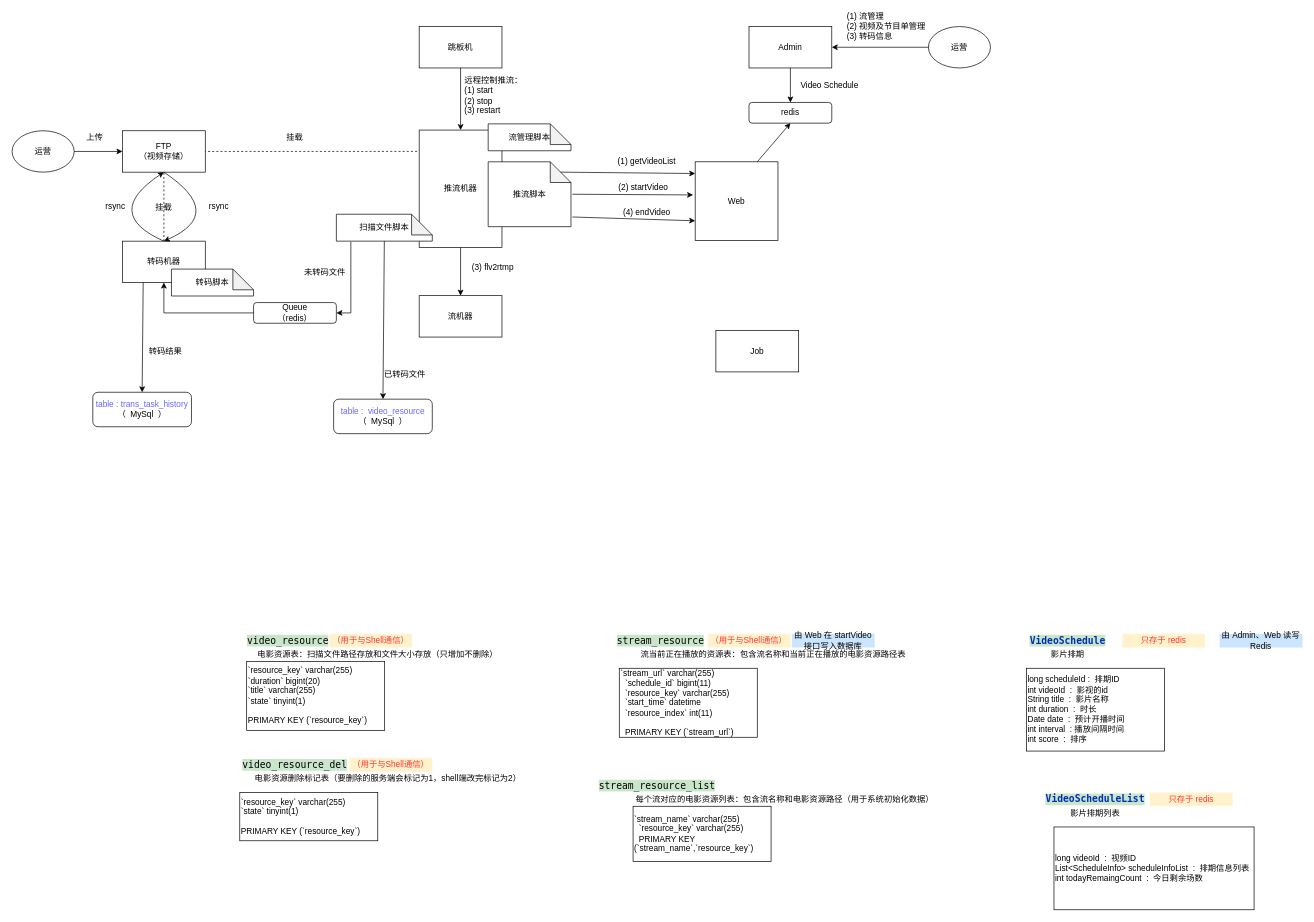
Earlier version of the draw.io diagram seeTogether.drawio (JianHao-Chen/UML). Source tidied: cells renumbered, new cells numbered last; positions are measured from the earlier drawing's top-left corner, leaving out a move shared by most shapes. Both pictures are drawn from the tidied source at 69%, with x=0, y=0 at pixel (12, 19).
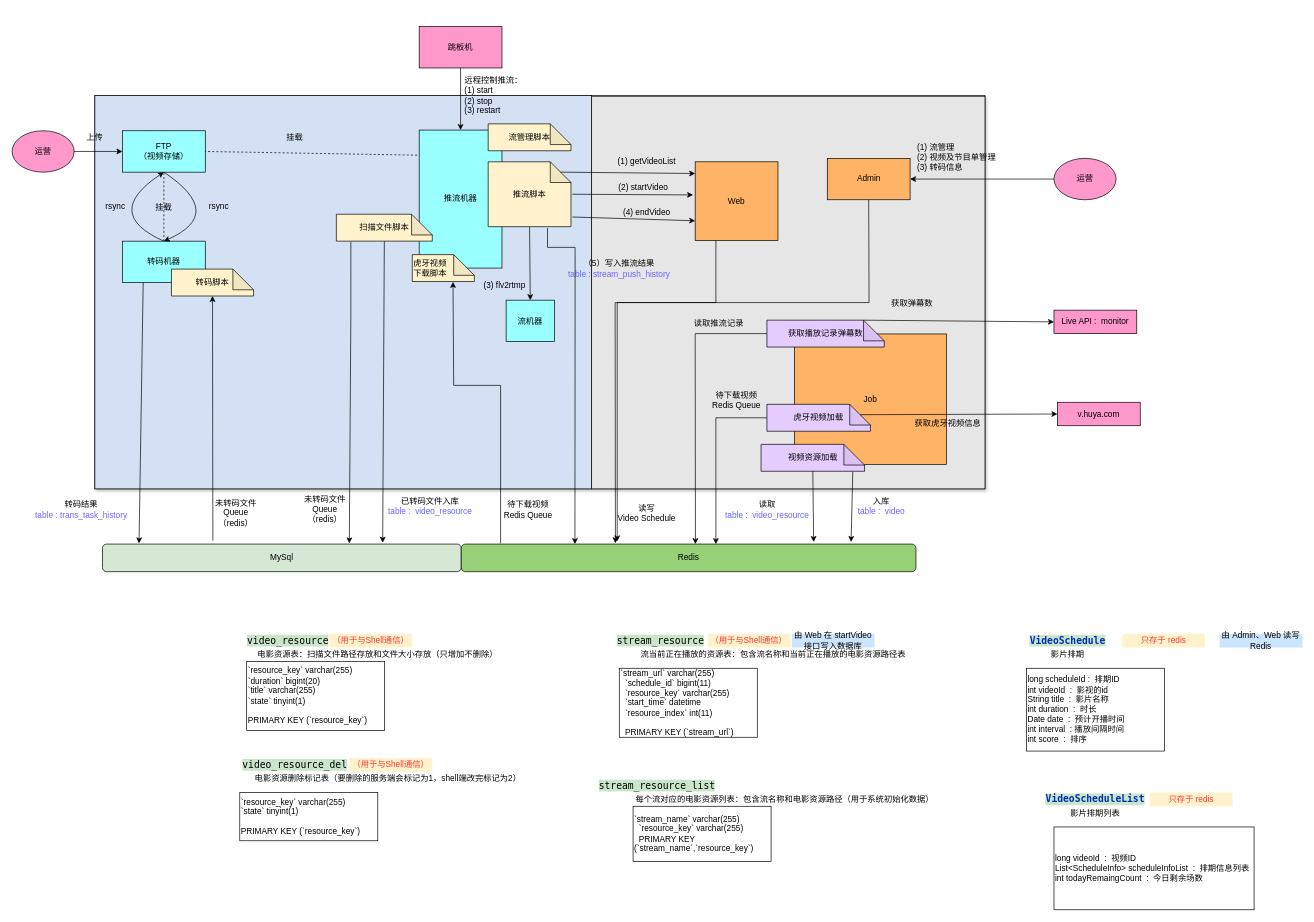
The same page after the edit.

The edit, as a diff of the source:
```diff
@@
+    <mxCell id="77" style="rounded=0;whiteSpace=wrap;html=1;shadow=1;fillColor=#FFFFFF;" parent="1" vertex="1">
+      <mxGeometry x="120" y="110" width="1290" height="570" as="geometry" />
+    </mxCell>
+    <mxCell id="78" style="rounded=0;whiteSpace=wrap;html=1;shadow=0;fillColor=#D4E1F5;" parent="1" vertex="1">
+      <mxGeometry x="120" y="110" width="720" height="570" as="geometry" />
+    </mxCell>
+    <mxCell id="79" style="rounded=0;whiteSpace=wrap;html=1;shadow=0;fillColor=#E6E6E6;" parent="1" vertex="1">
+      <mxGeometry x="840" y="111" width="570" height="569" as="geometry" />
+    </mxCell>
-    <mxCell id="2" value="运营" style="ellipse;whiteSpace=wrap;html=1;" parent="1" vertex="1">
+    <mxCell id="2" value="运营" style="ellipse;whiteSpace=wrap;html=1;fillColor=#FF99CC;" parent="1" vertex="1">
       <mxGeometry y="161" width="90" height="60" as="geometry" />
     </mxCell>
-    <mxCell id="3" value="FTP&lt;br&gt;（视频存储）" style="rounded=0;whiteSpace=wrap;html=1;" parent="1" vertex="1">
+    <mxCell id="3" value="FTP&lt;br&gt;（视频存储）" style="rounded=0;whiteSpace=wrap;html=1;fillColor=#99FFFF;" parent="1" vertex="1">
       <mxGeometry x="160" y="161" width="120" height="60" as="geometry" />
     </mxCell>
@@
-    <mxCell id="6" value="转码机器" style="rounded=0;whiteSpace=wrap;html=1;" parent="1" vertex="1">
+    <mxCell id="6" value="转码机器" style="rounded=0;whiteSpace=wrap;html=1;fillColor=#99FFFF;" parent="1" vertex="1">
       <mxGeometry x="160" y="321" width="120" height="60" as="geometry" />
     </mxCell>
@@
-    <mxCell id="13" value="推流机器" style="rounded=0;whiteSpace=wrap;html=1;" parent="1" vertex="1">
-      <mxGeometry x="590" y="160" width="120" height="170" as="geometry" />
+    <mxCell id="13" value="推流机器" style="rounded=0;whiteSpace=wrap;html=1;fillColor=#99FFFF;" parent="1" vertex="1">
+      <mxGeometry x="590" y="160" width="120" height="200" as="geometry" />
     </mxCell>
-    <mxCell id="14" value="流机器" style="rounded=0;whiteSpace=wrap;html=1;" parent="1" vertex="1">
-      <mxGeometry x="590" y="400" width="120" height="60" as="geometry" />
+    <mxCell id="14" value="流机器" style="rounded=0;whiteSpace=wrap;html=1;fillColor=#99FFFF;" parent="1" vertex="1">
+      <mxGeometry x="716" y="406.5" width="70" height="60" as="geometry" />
     </mxCell>
@@
-    <mxCell id="17" value="Web" style="rounded=0;whiteSpace=wrap;html=1;" parent="1" vertex="1">
+    <mxCell id="17" value="Web" style="rounded=0;whiteSpace=wrap;html=1;fillColor=#FFB366;" parent="1" vertex="1">
       <mxGeometry x="990" y="206" width="120" height="114" as="geometry" />
     </mxCell>
-    <mxCell id="18" value="Admin" style="rounded=0;whiteSpace=wrap;html=1;" parent="1" vertex="1">
-      <mxGeometry x="1068" y="10" width="120" height="60" as="geometry" />
+    <mxCell id="18" value="Admin" style="rounded=0;whiteSpace=wrap;html=1;fillColor=#FFB366;" parent="1" vertex="1">
+      <mxGeometry x="1181.5" y="201" width="120" height="60" as="geometry" />
     </mxCell>
-    <mxCell id="19" value="Job" style="rounded=0;whiteSpace=wrap;html=1;" parent="1" vertex="1">
-      <mxGeometry x="1020" y="450.5" width="120" height="60" as="geometry" />
+    <mxCell id="19" value="Job" style="rounded=0;whiteSpace=wrap;html=1;fillColor=#FFB366;" parent="1" vertex="1">
+      <mxGeometry x="1134" y="455.5" width="220" height="189" as="geometry" />
     </mxCell>
-    <mxCell id="20" style="endArrow=classic;html=1;exitX=0.5;exitY=1;exitDx=0;exitDy=0;entryX=0.5;entryY=0;entryDx=0;entryDy=0;" parent="1" edge="1" source="13" target="14">
-      <mxGeometry relative="1" as="geometry" />
+    <mxCell id="20" style="endArrow=classic;html=1;exitX=0.5;exitY=1;exitDx=0;exitDy=0;entryX=0.5;entryY=0;entryDx=0;entryDy=0;exitPerimeter=0;" parent="1" edge="1" target="14">
+      <mxGeometry relative="1" as="geometry">
+        <mxPoint x="750" y="300" as="sourcePoint" />
+      </mxGeometry>
     </mxCell>
     <mxCell id="21" value="(3) flv2rtmp" style="text;html=1;strokeColor=none;fillColor=none;align=center;verticalAlign=middle;whiteSpace=wrap;rounded=0;" parent="1" vertex="1">
-      <mxGeometry x="654" y="350" width="86" height="20" as="geometry" />
+      <mxGeometry x="678" y="376" width="72" height="20" as="geometry" />
     </mxCell>
-    <mxCell id="22" value="跳板机" style="rounded=0;whiteSpace=wrap;html=1;" parent="1" vertex="1">
+    <mxCell id="22" value="跳板机" style="rounded=0;whiteSpace=wrap;html=1;fillColor=#FF99CC;" parent="1" vertex="1">
       <mxGeometry x="590" y="10" width="120" height="60" as="geometry" />
     </mxCell>
@@
-    <mxCell id="25" value="推流脚本" style="shape=note;whiteSpace=wrap;html=1;backgroundOutline=1;darkOpacity=0.05;" parent="1" vertex="1">
+    <mxCell id="25" value="推流脚本" style="shape=note;whiteSpace=wrap;html=1;backgroundOutline=1;darkOpacity=0.05;fillColor=#FFF2CC;" parent="1" vertex="1">
       <mxGeometry x="690" y="206" width="120" height="94" as="geometry" />
     </mxCell>
-    <mxCell id="26" value="流管理脚本" style="shape=note;whiteSpace=wrap;html=1;backgroundOutline=1;darkOpacity=0.05;" parent="1" vertex="1">
+    <mxCell id="26" value="流管理脚本" style="shape=note;whiteSpace=wrap;html=1;backgroundOutline=1;darkOpacity=0.05;fillColor=#FFF2CC;" parent="1" vertex="1">
       <mxGeometry x="690" y="151" width="120" height="39" as="geometry" />
     </mxCell>
@@
-    <mxCell id="33" value="运营" style="ellipse;whiteSpace=wrap;html=1;" parent="1" vertex="1">
-      <mxGeometry x="1328" y="10" width="90" height="60" as="geometry" />
+    <mxCell id="33" value="运营" style="ellipse;whiteSpace=wrap;html=1;fillColor=#FF99CC;" parent="1" vertex="1">
+      <mxGeometry x="1510" y="201" width="90" height="60" as="geometry" />
     </mxCell>
@@
     <mxCell id="35" value="(1) 流管理&lt;br&gt;(2) 视频及节目单管理&lt;br&gt;(3) 转码信息" style="text;html=1;strokeColor=none;fillColor=none;align=left;verticalAlign=middle;whiteSpace=wrap;rounded=0;" parent="1" vertex="1">
-      <mxGeometry x="1208" width="120" height="20" as="geometry" />
+      <mxGeometry x="1310" y="190" width="120" height="20" as="geometry" />
     </mxCell>
@@
-    <mxCell id="57" value="redis" style="rounded=1;whiteSpace=wrap;html=1;fillColor=#FFFFFF;" parent="1" vertex="1">
-      <mxGeometry x="1068" y="120" width="120" height="30" as="geometry" />
-    </mxCell>
-    <mxCell id="58" style="endArrow=classic;html=1;exitX=0.5;exitY=1;exitDx=0;exitDy=0;entryX=0.5;entryY=0;entryDx=0;entryDy=0;" parent="1" edge="1" source="18" target="57">
-      <mxGeometry relative="1" as="geometry" />
+    <mxCell id="58" style="endArrow=classic;html=1;exitX=0.5;exitY=1;exitDx=0;exitDy=0;entryX=0.339;entryY=-0.033;entryDx=0;entryDy=0;entryPerimeter=0;rounded=0;" parent="1" edge="1" source="18" target="101">
+      <mxGeometry relative="1" as="geometry">
+        <Array as="points">
+          <mxPoint x="1242" y="410" />
+          <mxPoint x="874" y="410" />
+        </Array>
+      </mxGeometry>
     </mxCell>
-    <mxCell id="59" style="endArrow=classic;html=1;exitX=0.75;exitY=0;exitDx=0;exitDy=0;entryX=0.5;entryY=1;entryDx=0;entryDy=0;" parent="1" edge="1" source="17" target="57">
-      <mxGeometry relative="1" as="geometry" />
+    <mxCell id="59" style="endArrow=classic;html=1;exitX=0.25;exitY=1;exitDx=0;exitDy=0;entryX=0.343;entryY=-0.1;entryDx=0;entryDy=0;entryPerimeter=0;rounded=0;" parent="1" edge="1" source="17" target="101">
+      <mxGeometry relative="1" as="geometry">
+        <Array as="points">
+          <mxPoint x="1020" y="410" />
+          <mxPoint x="877" y="410" />
+        </Array>
+      </mxGeometry>
     </mxCell>
-    <mxCell id="60" value="Video Schedule" style="text;html=1;strokeColor=none;fillColor=none;align=center;verticalAlign=middle;whiteSpace=wrap;rounded=0;" parent="1" vertex="1">
-      <mxGeometry x="1140" y="85" width="90" height="20" as="geometry" />
-    </mxCell>
@@
-    <mxCell id="65" value="扫描文件脚本" style="shape=note;whiteSpace=wrap;html=1;backgroundOutline=1;darkOpacity=0.05;" parent="1" vertex="1">
+    <mxCell id="65" value="扫描文件脚本" style="shape=note;whiteSpace=wrap;html=1;backgroundOutline=1;darkOpacity=0.05;fillColor=#FFF2CC;" parent="1" vertex="1">
       <mxGeometry x="470" y="282" width="139" height="39" as="geometry" />
     </mxCell>
-    <mxCell id="66" value="Queue&lt;br&gt;（redis）" style="rounded=1;whiteSpace=wrap;html=1;fillColor=#FFFFFF;" parent="1" vertex="1">
-      <mxGeometry x="350" y="410" width="120" height="30" as="geometry" />
-    </mxCell>
-    <mxCell id="67" style="endArrow=classic;html=1;exitX=0.151;exitY=1.026;exitDx=0;exitDy=0;exitPerimeter=0;entryX=1;entryY=0.5;entryDx=0;entryDy=0;rounded=0;" parent="1" edge="1" source="65" target="66">
+    <mxCell id="67" style="endArrow=classic;html=1;exitX=0.151;exitY=1.026;exitDx=0;exitDy=0;exitPerimeter=0;entryX=0.688;entryY=-0.025;entryDx=0;entryDy=0;rounded=0;entryPerimeter=0;" parent="1" edge="1" source="65" target="100">
       <mxGeometry relative="1" as="geometry">
         <Array as="points">
           <mxPoint x="491" y="425" />
         </Array>
       </mxGeometry>
     </mxCell>
-    <mxCell id="68" style="endArrow=classic;html=1;exitX=0;exitY=0.5;exitDx=0;exitDy=0;entryX=0.5;entryY=1;entryDx=0;entryDy=0;rounded=0;" parent="1" edge="1" source="66" target="6">
+    <mxCell id="68" style="endArrow=classic;html=1;entryX=0.5;entryY=1;entryDx=0;entryDy=0;rounded=0;entryPerimeter=0;" parent="1" edge="1" target="73">
       <mxGeometry relative="1" as="geometry">
-        <Array as="points">
-          <mxPoint x="220" y="425" />
-        </Array>
+        <mxPoint x="291" y="755" as="sourcePoint" />
       </mxGeometry>
     </mxCell>
-    <mxCell id="69" value="未转码文件" style="text;html=1;strokeColor=none;fillColor=none;align=center;verticalAlign=middle;whiteSpace=wrap;rounded=0;" parent="1" vertex="1">
-      <mxGeometry x="420" y="356" width="67" height="20" as="geometry" />
+    <mxCell id="69" value="未转码文件&lt;br&gt;Queue（redis）" style="text;html=1;strokeColor=none;fillColor=none;align=center;verticalAlign=middle;whiteSpace=wrap;rounded=0;" parent="1" vertex="1">
+      <mxGeometry x="420" y="699.5" width="67" height="20" as="geometry" />
     </mxCell>
-    <mxCell id="70" value="&lt;font color=&quot;#6666ff&quot;&gt;table :&amp;nbsp; video_resource&lt;br&gt;&lt;/font&gt;（&amp;nbsp; MySql&amp;nbsp; ）" style="rounded=1;whiteSpace=wrap;html=1;fillColor=#FFFFFF;" parent="1" vertex="1">
-      <mxGeometry x="466" y="550" width="143" height="50" as="geometry" />
-    </mxCell>
-    <mxCell id="71" value="已转码文件" style="text;html=1;strokeColor=none;fillColor=none;align=center;verticalAlign=middle;whiteSpace=wrap;rounded=0;" parent="1" vertex="1">
-      <mxGeometry x="536" y="505" width="67" height="20" as="geometry" />
+    <mxCell id="71" value="已转码文件入库&lt;br&gt;&lt;span style=&quot;color: rgb(102 , 102 , 255)&quot;&gt;table :&amp;nbsp; video_resource&lt;/span&gt;" style="text;html=1;strokeColor=none;fillColor=none;align=center;verticalAlign=middle;whiteSpace=wrap;rounded=0;" parent="1" vertex="1">
+      <mxGeometry x="542" y="694.5" width="128" height="20" as="geometry" />
     </mxCell>
-    <mxCell id="72" style="endArrow=classic;html=1;exitX=0.5;exitY=1;exitDx=0;exitDy=0;exitPerimeter=0;entryX=0.5;entryY=0;entryDx=0;entryDy=0;" parent="1" edge="1" source="65" target="70">
+    <mxCell id="72" style="endArrow=classic;html=1;exitX=0.5;exitY=1;exitDx=0;exitDy=0;exitPerimeter=0;entryX=0.781;entryY=-0.05;entryDx=0;entryDy=0;entryPerimeter=0;" parent="1" edge="1" source="65" target="100">
       <mxGeometry relative="1" as="geometry" />
     </mxCell>
-    <mxCell id="73" value="转码脚本" style="shape=note;whiteSpace=wrap;html=1;backgroundOutline=1;darkOpacity=0.05;" parent="1" vertex="1">
+    <mxCell id="73" value="转码脚本" style="shape=note;whiteSpace=wrap;html=1;backgroundOutline=1;darkOpacity=0.05;fillColor=#FFF2CC;" parent="1" vertex="1">
       <mxGeometry x="231" y="361.5" width="119" height="39" as="geometry" />
     </mxCell>
-    <mxCell id="74" value="&lt;font color=&quot;#6666ff&quot;&gt;table : trans_task_history&lt;br&gt;&lt;/font&gt;（&amp;nbsp; MySql&amp;nbsp; ）" style="rounded=1;whiteSpace=wrap;html=1;fillColor=#FFFFFF;" parent="1" vertex="1">
-      <mxGeometry x="117" y="540" width="143" height="50" as="geometry" />
-    </mxCell>
-    <mxCell id="75" style="endArrow=classic;html=1;exitX=0.25;exitY=1;exitDx=0;exitDy=0;entryX=0.5;entryY=0;entryDx=0;entryDy=0;" parent="1" edge="1" source="6" target="74">
+    <mxCell id="75" style="endArrow=classic;html=1;exitX=0.25;exitY=1;exitDx=0;exitDy=0;entryX=0.102;entryY=-0.025;entryDx=0;entryDy=0;entryPerimeter=0;" parent="1" edge="1" source="6" target="100">
       <mxGeometry relative="1" as="geometry" />
     </mxCell>
-    <mxCell id="76" value="转码结果" style="text;html=1;strokeColor=none;fillColor=none;align=center;verticalAlign=middle;whiteSpace=wrap;rounded=0;" parent="1" vertex="1">
-      <mxGeometry x="188.5" y="470.5" width="67" height="20" as="geometry" />
+    <mxCell id="76" value="转码结果&lt;br&gt;&lt;span style=&quot;color: rgb(102 , 102 , 255)&quot;&gt;table : trans_task_history&lt;/span&gt;" style="text;html=1;strokeColor=none;fillColor=none;align=center;verticalAlign=middle;whiteSpace=wrap;rounded=0;" parent="1" vertex="1">
+      <mxGeometry x="19.5" y="699.5" width="161" height="20" as="geometry" />
     </mxCell>
+    <mxCell id="80" value="（5）写入推流结果&lt;br&gt;&lt;span style=&quot;color: rgb(102 , 102 , 255)&quot;&gt;table : stream_push_history&lt;/span&gt;" style="text;html=1;strokeColor=none;fillColor=none;align=center;verticalAlign=middle;whiteSpace=wrap;rounded=0;" parent="1" vertex="1">
+      <mxGeometry x="803" y="351" width="154" height="20" as="geometry" />
+    </mxCell>
+    <mxCell id="81" style="endArrow=classic;html=1;exitX=0;exitY=0.5;exitDx=0;exitDy=0;exitPerimeter=0;entryX=0.515;entryY=0;entryDx=0;entryDy=0;rounded=0;entryPerimeter=0;" parent="1" edge="1" source="82" target="101">
+      <mxGeometry relative="1" as="geometry">
+        <Array as="points">
+          <mxPoint x="990" y="455" />
+        </Array>
+      </mxGeometry>
+    </mxCell>
+    <mxCell id="82" value="获取播放记录弹幕数" style="shape=note;whiteSpace=wrap;html=1;backgroundOutline=1;darkOpacity=0.05;fillColor=#E5CCFF;" parent="1" vertex="1">
+      <mxGeometry x="1094" y="435.5" width="170" height="39" as="geometry" />
+    </mxCell>
+    <mxCell id="83" value="读取推流记录" style="text;html=1;strokeColor=none;fillColor=none;align=center;verticalAlign=middle;whiteSpace=wrap;rounded=0;" parent="1" vertex="1">
+      <mxGeometry x="980" y="431" width="89" height="20" as="geometry" />
+    </mxCell>
+    <mxCell id="84" value="Live API :&amp;nbsp; monitor" style="rounded=0;whiteSpace=wrap;html=1;fillColor=#FF99CC;" parent="1" vertex="1">
+      <mxGeometry x="1510" y="421" width="120" height="34" as="geometry" />
+    </mxCell>
+    <mxCell id="85" value="视频资源加载" style="shape=note;whiteSpace=wrap;html=1;backgroundOutline=1;darkOpacity=0.05;fillColor=#E5CCFF;" parent="1" vertex="1">
+      <mxGeometry x="1085.5" y="615.5" width="150" height="39" as="geometry" />
+    </mxCell>
+    <mxCell id="86" value="读取&lt;br&gt;&lt;span style=&quot;color: rgb(102 , 102 , 255)&quot;&gt;table :&amp;nbsp; video_resource&lt;/span&gt;" style="text;html=1;strokeColor=none;fillColor=none;align=center;verticalAlign=middle;whiteSpace=wrap;rounded=0;" parent="1" vertex="1">
+      <mxGeometry x="1031.5" y="699.5" width="125" height="20" as="geometry" />
+    </mxCell>
+    <mxCell id="87" style="endArrow=classic;html=1;exitX=0.886;exitY=1.017;exitDx=0;exitDy=0;exitPerimeter=0;" parent="1" edge="1" source="85">
+      <mxGeometry relative="1" as="geometry">
+        <mxPoint x="1216" y="757" as="targetPoint" />
+      </mxGeometry>
+    </mxCell>
+    <mxCell id="88" value="入库&lt;br&gt;&lt;span style=&quot;color: rgb(102 , 102 , 255)&quot;&gt;table :&amp;nbsp; video&lt;/span&gt;" style="text;html=1;strokeColor=none;fillColor=none;align=center;verticalAlign=middle;whiteSpace=wrap;rounded=0;" parent="1" vertex="1">
+      <mxGeometry x="1216" y="694.5" width="88" height="20" as="geometry" />
+    </mxCell>
+    <mxCell id="89" value="虎牙视频加载" style="shape=note;whiteSpace=wrap;html=1;backgroundOutline=1;darkOpacity=0.05;fillColor=#E5CCFF;" parent="1" vertex="1">
+      <mxGeometry x="1094" y="557.5" width="150" height="39" as="geometry" />
+    </mxCell>
+    <mxCell id="90" value="v.huya.com" style="rounded=0;whiteSpace=wrap;html=1;fillColor=#FF99CC;" parent="1" vertex="1">
+      <mxGeometry x="1515" y="554.5" width="120" height="34" as="geometry" />
+    </mxCell>
+    <mxCell id="91" style="endArrow=classic;html=1;exitX=0;exitY=0;exitDx=135;exitDy=15;exitPerimeter=0;entryX=0;entryY=0.5;entryDx=0;entryDy=0;" parent="1" edge="1" source="89" target="90">
+      <mxGeometry relative="1" as="geometry" />
+    </mxCell>
+    <mxCell id="92" value="获取虎牙视频信息" style="text;html=1;strokeColor=none;fillColor=none;align=center;verticalAlign=middle;whiteSpace=wrap;rounded=0;" parent="1" vertex="1">
+      <mxGeometry x="1302" y="574.5" width="109" height="20" as="geometry" />
+    </mxCell>
+    <mxCell id="93" style="endArrow=classic;html=1;exitX=0;exitY=0;exitDx=140;exitDy=0;exitPerimeter=0;entryX=0;entryY=0.5;entryDx=0;entryDy=0;" parent="1" edge="1" source="82" target="84">
+      <mxGeometry relative="1" as="geometry" />
+    </mxCell>
+    <mxCell id="94" value="获取弹幕数" style="text;html=1;strokeColor=none;fillColor=none;align=center;verticalAlign=middle;whiteSpace=wrap;rounded=0;" parent="1" vertex="1">
+      <mxGeometry x="1259.5" y="400.5" width="89" height="20" as="geometry" />
+    </mxCell>
+    <mxCell id="95" style="endArrow=classic;html=1;exitX=0.717;exitY=1.021;exitDx=0;exitDy=0;entryX=0.25;entryY=0;entryDx=0;entryDy=0;exitPerimeter=0;rounded=0;" parent="1" edge="1" source="25" target="101">
+      <mxGeometry relative="1" as="geometry">
+        <Array as="points">
+          <mxPoint x="776" y="330" />
+          <mxPoint x="816" y="330" />
+        </Array>
+      </mxGeometry>
+    </mxCell>
+    <mxCell id="96" value="虎牙视频&lt;br&gt;下载脚本" style="shape=note;whiteSpace=wrap;html=1;backgroundOutline=1;darkOpacity=0.05;align=left;fillColor=#FFF2CC;" parent="1" vertex="1">
+      <mxGeometry x="580" y="340.5" width="90" height="39" as="geometry" />
+    </mxCell>
+    <mxCell id="97" style="endArrow=classic;html=1;exitX=0;exitY=0.5;exitDx=0;exitDy=0;exitPerimeter=0;rounded=0;entryX=0.56;entryY=0;entryDx=0;entryDy=0;entryPerimeter=0;" parent="1" edge="1" source="89" target="101">
+      <mxGeometry relative="1" as="geometry">
+        <Array as="points">
+          <mxPoint x="1020" y="577" />
+        </Array>
+      </mxGeometry>
+    </mxCell>
+    <mxCell id="98" style="endArrow=classic;html=1;entryX=0.656;entryY=1.013;entryDx=0;entryDy=0;entryPerimeter=0;rounded=0;" parent="1" edge="1" target="96">
+      <mxGeometry relative="1" as="geometry">
+        <mxPoint x="708" y="759" as="sourcePoint" />
+        <Array as="points">
+          <mxPoint x="708" y="530" />
+          <mxPoint x="640" y="530" />
+        </Array>
+      </mxGeometry>
+    </mxCell>
+    <mxCell id="99" value="待下载视频&lt;br&gt;Redis Queue" style="text;html=1;strokeColor=none;fillColor=none;align=center;verticalAlign=middle;whiteSpace=wrap;rounded=0;" parent="1" vertex="1">
+      <mxGeometry x="710" y="699.5" width="76" height="20" as="geometry" />
+    </mxCell>
+    <mxCell id="100" value="MySql" style="rounded=1;whiteSpace=wrap;html=1;fillColor=#D5E8D4;" parent="1" vertex="1">
+      <mxGeometry x="131" y="760" width="520" height="40" as="geometry" />
+    </mxCell>
+    <mxCell id="101" value="Redis" style="rounded=1;whiteSpace=wrap;html=1;fillColor=#97D077;" parent="1" vertex="1">
+      <mxGeometry x="651" y="760" width="659" height="40" as="geometry" />
+    </mxCell>
+    <mxCell id="102" style="endArrow=classic;html=1;exitX=0.5;exitY=1;exitDx=0;exitDy=0;exitPerimeter=0;entryX=0.775;entryY=-0.075;entryDx=0;entryDy=0;entryPerimeter=0;" parent="1" edge="1" source="85" target="101">
+      <mxGeometry relative="1" as="geometry" />
+    </mxCell>
+    <mxCell id="103" value="未转码文件&lt;br&gt;Queue（redis）" style="text;html=1;strokeColor=none;fillColor=none;align=center;verticalAlign=middle;whiteSpace=wrap;rounded=0;" parent="1" vertex="1">
+      <mxGeometry x="290.5" y="704.5" width="67" height="20" as="geometry" />
+    </mxCell>
+    <mxCell id="104" value="待下载视频&lt;br&gt;Redis Queue" style="text;html=1;strokeColor=none;fillColor=none;align=center;verticalAlign=middle;whiteSpace=wrap;rounded=0;" parent="1" vertex="1">
+      <mxGeometry x="1012" y="541.5" width="76" height="20" as="geometry" />
+    </mxCell>
+    <mxCell id="105" value="读写&lt;br&gt;Video Schedule" style="text;html=1;strokeColor=none;fillColor=none;align=center;verticalAlign=middle;whiteSpace=wrap;rounded=0;" parent="1" vertex="1">
+      <mxGeometry x="875" y="704.5" width="90" height="20" as="geometry" />
+    </mxCell>
```
